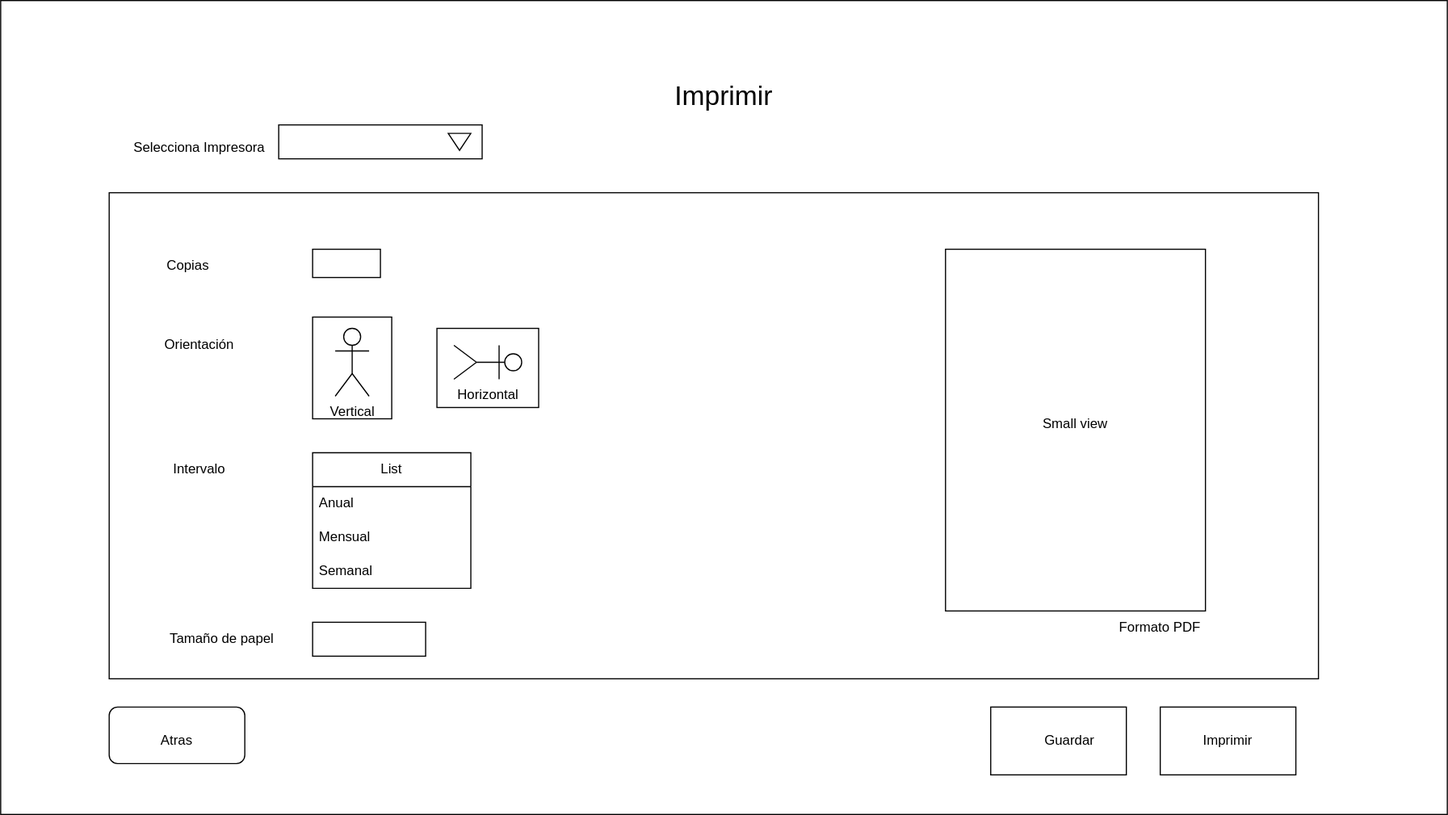
albvalort/proyectoIPC keeps this draw.io diagram as images/Imprimir.svg. Above is the earlier version. Source tidied: cells renumbered, new cells last; positions are measured from the earlier drawing's top-left corner, leaving out a move shared by most shapes. The source it was exported from:
```xml
<mxGraphModel>
  <root>
    <mxCell id="0" />
    <mxCell id="1" parent="0" />
    <mxCell id="2" style="rounded=0;whiteSpace=wrap;html=1;" parent="1" vertex="1">
      <mxGeometry width="1280" height="720" as="geometry" />
    </mxCell>
    <mxCell id="3" style="rounded=0;whiteSpace=wrap;html=1;" parent="1" vertex="1">
      <mxGeometry x="96" y="170" width="1070" height="430" as="geometry" />
    </mxCell>
    <mxCell id="4" style="rounded=1;whiteSpace=wrap;html=1;" parent="1" vertex="1">
      <mxGeometry x="96" y="625" width="120" height="50" as="geometry" />
    </mxCell>
    <mxCell id="5" value="Atras" style="text;html=1;align=center;verticalAlign=middle;whiteSpace=wrap;rounded=0;" parent="1" vertex="1">
      <mxGeometry x="126" y="640" width="60" height="30" as="geometry" />
    </mxCell>
    <mxCell id="6" style="rounded=0;whiteSpace=wrap;html=1;" parent="1" vertex="1">
      <mxGeometry x="1026" y="625" width="120" height="60" as="geometry" />
    </mxCell>
    <mxCell id="7" style="rounded=0;whiteSpace=wrap;html=1;" parent="1" vertex="1">
      <mxGeometry x="876" y="625" width="120" height="60" as="geometry" />
    </mxCell>
    <mxCell id="8" value="Imprimir" style="text;html=1;align=center;verticalAlign=middle;whiteSpace=wrap;rounded=0;" parent="1" vertex="1">
      <mxGeometry x="1056" y="640" width="60" height="30" as="geometry" />
    </mxCell>
    <mxCell id="9" value="Guardar" style="text;html=1;align=center;verticalAlign=middle;whiteSpace=wrap;rounded=0;" parent="1" vertex="1">
      <mxGeometry x="916" y="640" width="60" height="30" as="geometry" />
    </mxCell>
    <mxCell id="10" value="&lt;font style=&quot;font-size: 24px;&quot;&gt;Imprimir&lt;/font&gt;" style="text;html=1;align=center;verticalAlign=middle;whiteSpace=wrap;rounded=0;" parent="1" vertex="1">
      <mxGeometry x="610" y="70" width="60" height="30" as="geometry" />
    </mxCell>
    <mxCell id="11" style="rounded=0;whiteSpace=wrap;html=1;" parent="1" vertex="1">
      <mxGeometry x="246" y="110" width="180" height="30" as="geometry" />
    </mxCell>
    <mxCell id="12" style="triangle;whiteSpace=wrap;html=1;direction=south;" parent="1" vertex="1">
      <mxGeometry x="396" y="117.5" width="20" height="15" as="geometry" />
    </mxCell>
    <mxCell id="13" value="Selecciona Impresora" style="text;html=1;align=center;verticalAlign=middle;whiteSpace=wrap;rounded=0;" parent="1" vertex="1">
      <mxGeometry x="106" y="115" width="140" height="30" as="geometry" />
    </mxCell>
    <mxCell id="14" value="Copias" style="text;html=1;align=center;verticalAlign=middle;whiteSpace=wrap;rounded=0;" parent="1" vertex="1">
      <mxGeometry x="136" y="220" width="60" height="30" as="geometry" />
    </mxCell>
    <mxCell id="15" style="rounded=0;whiteSpace=wrap;html=1;" parent="1" vertex="1">
      <mxGeometry x="276" y="220" width="60" height="25" as="geometry" />
    </mxCell>
    <mxCell id="16" style="rounded=0;whiteSpace=wrap;html=1;" parent="1" vertex="1">
      <mxGeometry x="836" y="220" width="230" height="320" as="geometry" />
    </mxCell>
    <mxCell id="17" value="Small view" style="text;html=1;align=center;verticalAlign=middle;whiteSpace=wrap;rounded=0;" parent="1" vertex="1">
      <mxGeometry x="921" y="360" width="60" height="30" as="geometry" />
    </mxCell>
    <mxCell id="18" value="Orientación" style="text;html=1;align=center;verticalAlign=middle;whiteSpace=wrap;rounded=0;" parent="1" vertex="1">
      <mxGeometry x="146" y="290" width="60" height="30" as="geometry" />
    </mxCell>
    <mxCell id="19" style="rounded=0;whiteSpace=wrap;html=1;" parent="1" vertex="1">
      <mxGeometry x="276" y="280" width="70" height="90" as="geometry" />
    </mxCell>
    <mxCell id="20" value="Vertical" style="shape=umlActor;verticalLabelPosition=bottom;verticalAlign=top;html=1;" parent="1" vertex="1">
      <mxGeometry x="296" y="290" width="30" height="60" as="geometry" />
    </mxCell>
    <mxCell id="21" style="rounded=0;whiteSpace=wrap;html=1;direction=south;" parent="1" vertex="1">
      <mxGeometry x="386" y="290" width="90" height="70" as="geometry" />
    </mxCell>
    <mxCell id="22" value="Horizontal" style="shape=umlActor;verticalLabelPosition=bottom;verticalAlign=top;html=1;direction=south;" parent="1" vertex="1">
      <mxGeometry x="401" y="305" width="60" height="30" as="geometry" />
    </mxCell>
    <mxCell id="23" value="Formato PDF" style="text;html=1;align=center;verticalAlign=middle;whiteSpace=wrap;rounded=0;" parent="1" vertex="1">
      <mxGeometry x="981" y="540" width="90" height="30" as="geometry" />
    </mxCell>
    <mxCell id="24" value="Intervalo" style="text;html=1;align=center;verticalAlign=middle;whiteSpace=wrap;rounded=0;" parent="1" vertex="1">
      <mxGeometry x="146" y="400" width="60" height="30" as="geometry" />
    </mxCell>
    <mxCell id="25" value="List" style="swimlane;fontStyle=0;horizontal=1;startSize=30;whiteSpace=wrap;html=1;" parent="1" vertex="1">
      <mxGeometry x="276" y="400" width="140" height="120" as="geometry" />
    </mxCell>
    <mxCell id="26" value="Anual" style="text;strokeColor=none;fillColor=none;align=left;verticalAlign=middle;spacingLeft=4;spacingRight=4;overflow=hidden;whiteSpace=wrap;html=1;" parent="25" vertex="1">
      <mxGeometry y="30" width="140" height="30" as="geometry" />
    </mxCell>
    <mxCell id="27" value="Mensual" style="text;strokeColor=none;fillColor=none;align=left;verticalAlign=middle;spacingLeft=4;spacingRight=4;overflow=hidden;whiteSpace=wrap;html=1;" parent="25" vertex="1">
      <mxGeometry y="60" width="140" height="30" as="geometry" />
    </mxCell>
    <mxCell id="28" value="Semanal" style="text;strokeColor=none;fillColor=none;align=left;verticalAlign=middle;spacingLeft=4;spacingRight=4;overflow=hidden;whiteSpace=wrap;html=1;" parent="25" vertex="1">
      <mxGeometry y="90" width="140" height="30" as="geometry" />
    </mxCell>
    <mxCell id="29" value="Tamaño de papel" style="text;html=1;align=center;verticalAlign=middle;whiteSpace=wrap;rounded=0;" parent="1" vertex="1">
      <mxGeometry x="146" y="550" width="100" height="30" as="geometry" />
    </mxCell>
    <mxCell id="30" style="rounded=0;whiteSpace=wrap;html=1;" parent="1" vertex="1">
      <mxGeometry x="276" y="550" width="100" height="30" as="geometry" />
    </mxCell>
  </root>
</mxGraphModel>
```
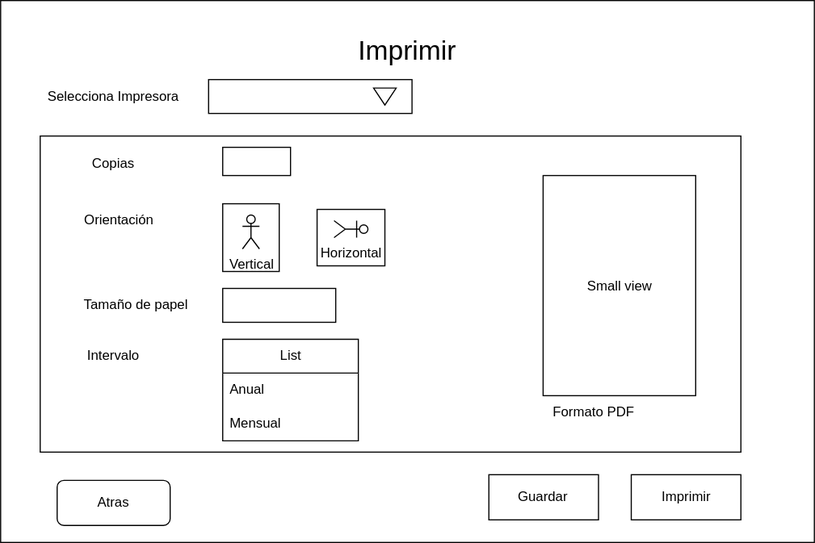
After the commit.

Commit message:
Update de Imprimir a la resolucion correcta

Change to the diagram source:
```diff
@@ -3,91 +3,88 @@
     <mxCell id="0" />
     <mxCell id="1" parent="0" />
     <mxCell id="2" style="rounded=0;whiteSpace=wrap;html=1;" parent="1" vertex="1">
-      <mxGeometry width="1280" height="720" as="geometry" />
+      <mxGeometry x="366" y="40" width="720" height="480" as="geometry" />
     </mxCell>
     <mxCell id="3" style="rounded=0;whiteSpace=wrap;html=1;" parent="1" vertex="1">
-      <mxGeometry x="96" y="170" width="1070" height="430" as="geometry" />
+      <mxGeometry x="401" y="160" width="620" height="280" as="geometry" />
     </mxCell>
     <mxCell id="4" style="rounded=1;whiteSpace=wrap;html=1;" parent="1" vertex="1">
-      <mxGeometry x="96" y="625" width="120" height="50" as="geometry" />
+      <mxGeometry x="416" y="465" width="100" height="40" as="geometry" />
     </mxCell>
     <mxCell id="5" value="Atras" style="text;html=1;align=center;verticalAlign=middle;whiteSpace=wrap;rounded=0;" parent="1" vertex="1">
-      <mxGeometry x="126" y="640" width="60" height="30" as="geometry" />
+      <mxGeometry x="436" y="470" width="60" height="30" as="geometry" />
     </mxCell>
-    <mxCell id="6" style="rounded=0;whiteSpace=wrap;html=1;" parent="1" vertex="1">
-      <mxGeometry x="1026" y="625" width="120" height="60" as="geometry" />
-    </mxCell>
     <mxCell id="7" style="rounded=0;whiteSpace=wrap;html=1;" parent="1" vertex="1">
-      <mxGeometry x="876" y="625" width="120" height="60" as="geometry" />
+      <mxGeometry x="798" y="460" width="97" height="40" as="geometry" />
     </mxCell>
-    <mxCell id="8" value="Imprimir" style="text;html=1;align=center;verticalAlign=middle;whiteSpace=wrap;rounded=0;" parent="1" vertex="1">
-      <mxGeometry x="1056" y="640" width="60" height="30" as="geometry" />
-    </mxCell>
-    <mxCell id="9" value="Guardar" style="text;html=1;align=center;verticalAlign=middle;whiteSpace=wrap;rounded=0;" parent="1" vertex="1">
-      <mxGeometry x="916" y="640" width="60" height="30" as="geometry" />
-    </mxCell>
     <mxCell id="10" value="&lt;font style=&quot;font-size: 24px;&quot;&gt;Imprimir&lt;/font&gt;" style="text;html=1;align=center;verticalAlign=middle;whiteSpace=wrap;rounded=0;" parent="1" vertex="1">
-      <mxGeometry x="610" y="70" width="60" height="30" as="geometry" />
+      <mxGeometry x="696" y="70" width="60" height="30" as="geometry" />
     </mxCell>
     <mxCell id="11" style="rounded=0;whiteSpace=wrap;html=1;" parent="1" vertex="1">
-      <mxGeometry x="246" y="110" width="180" height="30" as="geometry" />
+      <mxGeometry x="550" y="110" width="180" height="30" as="geometry" />
     </mxCell>
     <mxCell id="12" style="triangle;whiteSpace=wrap;html=1;direction=south;" parent="1" vertex="1">
-      <mxGeometry x="396" y="117.5" width="20" height="15" as="geometry" />
+      <mxGeometry x="696" y="117.5" width="20" height="15" as="geometry" />
     </mxCell>
     <mxCell id="13" value="Selecciona Impresora" style="text;html=1;align=center;verticalAlign=middle;whiteSpace=wrap;rounded=0;" parent="1" vertex="1">
-      <mxGeometry x="106" y="115" width="140" height="30" as="geometry" />
+      <mxGeometry x="396" y="110" width="140" height="30" as="geometry" />
     </mxCell>
     <mxCell id="14" value="Copias" style="text;html=1;align=center;verticalAlign=middle;whiteSpace=wrap;rounded=0;" parent="1" vertex="1">
-      <mxGeometry x="136" y="220" width="60" height="30" as="geometry" />
+      <mxGeometry x="436" y="170" width="60" height="30" as="geometry" />
     </mxCell>
     <mxCell id="15" style="rounded=0;whiteSpace=wrap;html=1;" parent="1" vertex="1">
-      <mxGeometry x="276" y="220" width="60" height="25" as="geometry" />
+      <mxGeometry x="562.5" y="170" width="60" height="25" as="geometry" />
     </mxCell>
     <mxCell id="16" style="rounded=0;whiteSpace=wrap;html=1;" parent="1" vertex="1">
-      <mxGeometry x="836" y="220" width="230" height="320" as="geometry" />
+      <mxGeometry x="846" y="195" width="135" height="195" as="geometry" />
     </mxCell>
     <mxCell id="17" value="Small view" style="text;html=1;align=center;verticalAlign=middle;whiteSpace=wrap;rounded=0;" parent="1" vertex="1">
-      <mxGeometry x="921" y="360" width="60" height="30" as="geometry" />
+      <mxGeometry x="883.5" y="277.5" width="60" height="30" as="geometry" />
     </mxCell>
     <mxCell id="18" value="Orientación" style="text;html=1;align=center;verticalAlign=middle;whiteSpace=wrap;rounded=0;" parent="1" vertex="1">
-      <mxGeometry x="146" y="290" width="60" height="30" as="geometry" />
+      <mxGeometry x="441" y="220" width="60" height="30" as="geometry" />
     </mxCell>
     <mxCell id="19" style="rounded=0;whiteSpace=wrap;html=1;" parent="1" vertex="1">
-      <mxGeometry x="276" y="280" width="70" height="90" as="geometry" />
+      <mxGeometry x="562.5" y="220" width="50" height="60" as="geometry" />
     </mxCell>
     <mxCell id="20" value="Vertical" style="shape=umlActor;verticalLabelPosition=bottom;verticalAlign=top;html=1;" parent="1" vertex="1">
-      <mxGeometry x="296" y="290" width="30" height="60" as="geometry" />
+      <mxGeometry x="580" y="230" width="15" height="30" as="geometry" />
     </mxCell>
-    <mxCell id="21" style="rounded=0;whiteSpace=wrap;html=1;direction=south;" parent="1" vertex="1">
-      <mxGeometry x="386" y="290" width="90" height="70" as="geometry" />
-    </mxCell>
-    <mxCell id="22" value="Horizontal" style="shape=umlActor;verticalLabelPosition=bottom;verticalAlign=top;html=1;direction=south;" parent="1" vertex="1">
-      <mxGeometry x="401" y="305" width="60" height="30" as="geometry" />
-    </mxCell>
     <mxCell id="23" value="Formato PDF" style="text;html=1;align=center;verticalAlign=middle;whiteSpace=wrap;rounded=0;" parent="1" vertex="1">
-      <mxGeometry x="981" y="540" width="90" height="30" as="geometry" />
+      <mxGeometry x="846" y="390" width="90" height="30" as="geometry" />
     </mxCell>
     <mxCell id="24" value="Intervalo" style="text;html=1;align=center;verticalAlign=middle;whiteSpace=wrap;rounded=0;" parent="1" vertex="1">
-      <mxGeometry x="146" y="400" width="60" height="30" as="geometry" />
+      <mxGeometry x="436" y="340" width="60" height="30" as="geometry" />
     </mxCell>
     <mxCell id="25" value="List" style="swimlane;fontStyle=0;horizontal=1;startSize=30;whiteSpace=wrap;html=1;" parent="1" vertex="1">
-      <mxGeometry x="276" y="400" width="140" height="120" as="geometry" />
+      <mxGeometry x="562.5" y="340" width="120" height="90" as="geometry" />
     </mxCell>
     <mxCell id="26" value="Anual" style="text;strokeColor=none;fillColor=none;align=left;verticalAlign=middle;spacingLeft=4;spacingRight=4;overflow=hidden;whiteSpace=wrap;html=1;" parent="25" vertex="1">
-      <mxGeometry y="30" width="140" height="30" as="geometry" />
+      <mxGeometry y="30" width="120" height="30" as="geometry" />
     </mxCell>
     <mxCell id="27" value="Mensual" style="text;strokeColor=none;fillColor=none;align=left;verticalAlign=middle;spacingLeft=4;spacingRight=4;overflow=hidden;whiteSpace=wrap;html=1;" parent="25" vertex="1">
-      <mxGeometry y="60" width="140" height="30" as="geometry" />
+      <mxGeometry y="60" width="120" height="30" as="geometry" />
     </mxCell>
-    <mxCell id="28" value="Semanal" style="text;strokeColor=none;fillColor=none;align=left;verticalAlign=middle;spacingLeft=4;spacingRight=4;overflow=hidden;whiteSpace=wrap;html=1;" parent="25" vertex="1">
-      <mxGeometry y="90" width="140" height="30" as="geometry" />
-    </mxCell>
     <mxCell id="29" value="Tamaño de papel" style="text;html=1;align=center;verticalAlign=middle;whiteSpace=wrap;rounded=0;" parent="1" vertex="1">
-      <mxGeometry x="146" y="550" width="100" height="30" as="geometry" />
+      <mxGeometry x="436" y="295" width="100" height="30" as="geometry" />
     </mxCell>
     <mxCell id="30" style="rounded=0;whiteSpace=wrap;html=1;" parent="1" vertex="1">
-      <mxGeometry x="276" y="550" width="100" height="30" as="geometry" />
+      <mxGeometry x="562.5" y="295" width="100" height="30" as="geometry" />
     </mxCell>
+    <mxCell id="31" style="rounded=0;whiteSpace=wrap;html=1;" parent="1" vertex="1">
+      <mxGeometry x="924" y="460" width="97" height="40" as="geometry" />
+    </mxCell>
+    <mxCell id="8" value="Imprimir" style="text;html=1;align=center;verticalAlign=middle;whiteSpace=wrap;rounded=0;" parent="1" vertex="1">
+      <mxGeometry x="942.5" y="465" width="60" height="30" as="geometry" />
+    </mxCell>
+    <mxCell id="9" value="Guardar" style="text;html=1;align=center;verticalAlign=middle;whiteSpace=wrap;rounded=0;" parent="1" vertex="1">
+      <mxGeometry x="816" y="465" width="60" height="30" as="geometry" />
+    </mxCell>
+    <mxCell id="32" style="rounded=0;whiteSpace=wrap;html=1;direction=south;" parent="1" vertex="1">
+      <mxGeometry x="646" y="225" width="60" height="50" as="geometry" />
+    </mxCell>
+    <mxCell id="22" value="Horizontal" style="shape=umlActor;verticalLabelPosition=bottom;verticalAlign=top;html=1;direction=south;" parent="1" vertex="1">
+      <mxGeometry x="661" y="235" width="30" height="15" as="geometry" />
+    </mxCell>
   </root>
 </mxGraphModel>
```
